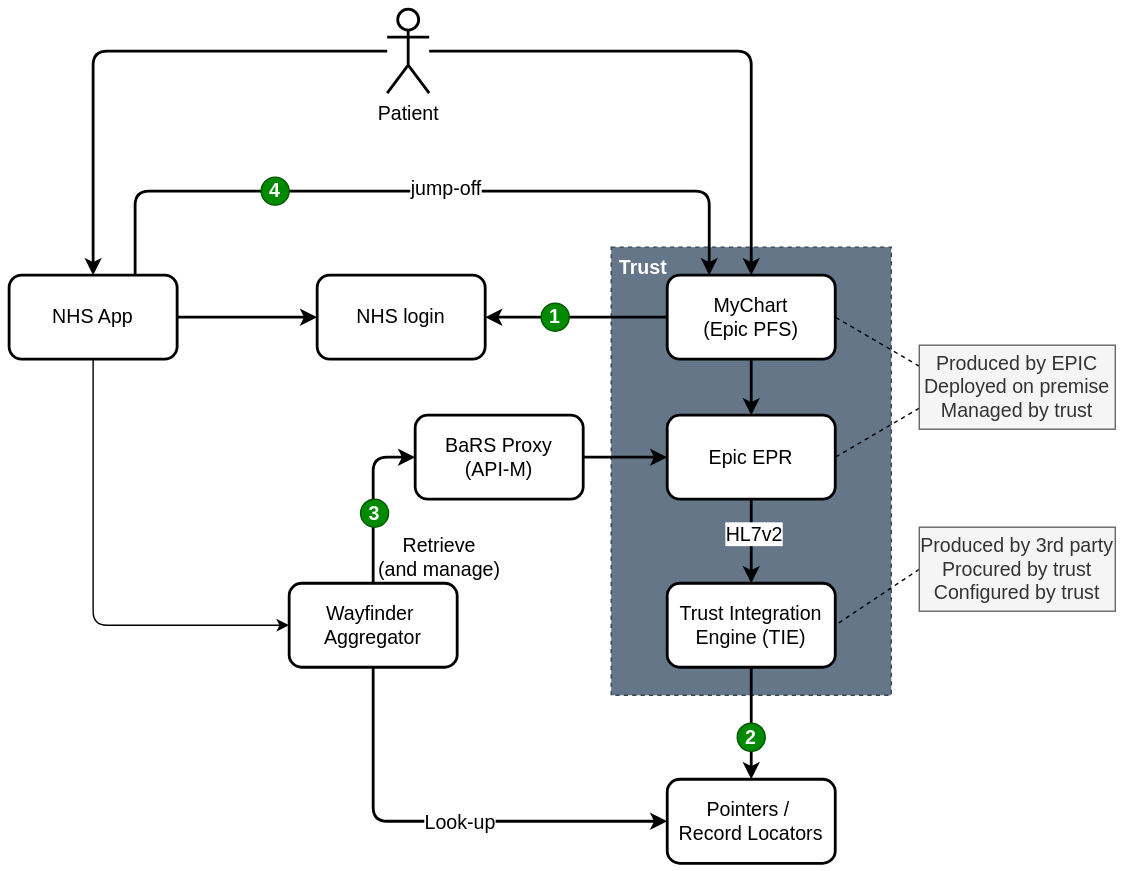
Above: pages/images/Figure2.svg in NHSDigital/nhse-epr-integration (draw.io), before the change. Source tidied: cells renumbered, new cells last; positions are measured from the earlier drawing's top-left corner, leaving out a move shared by most shapes.
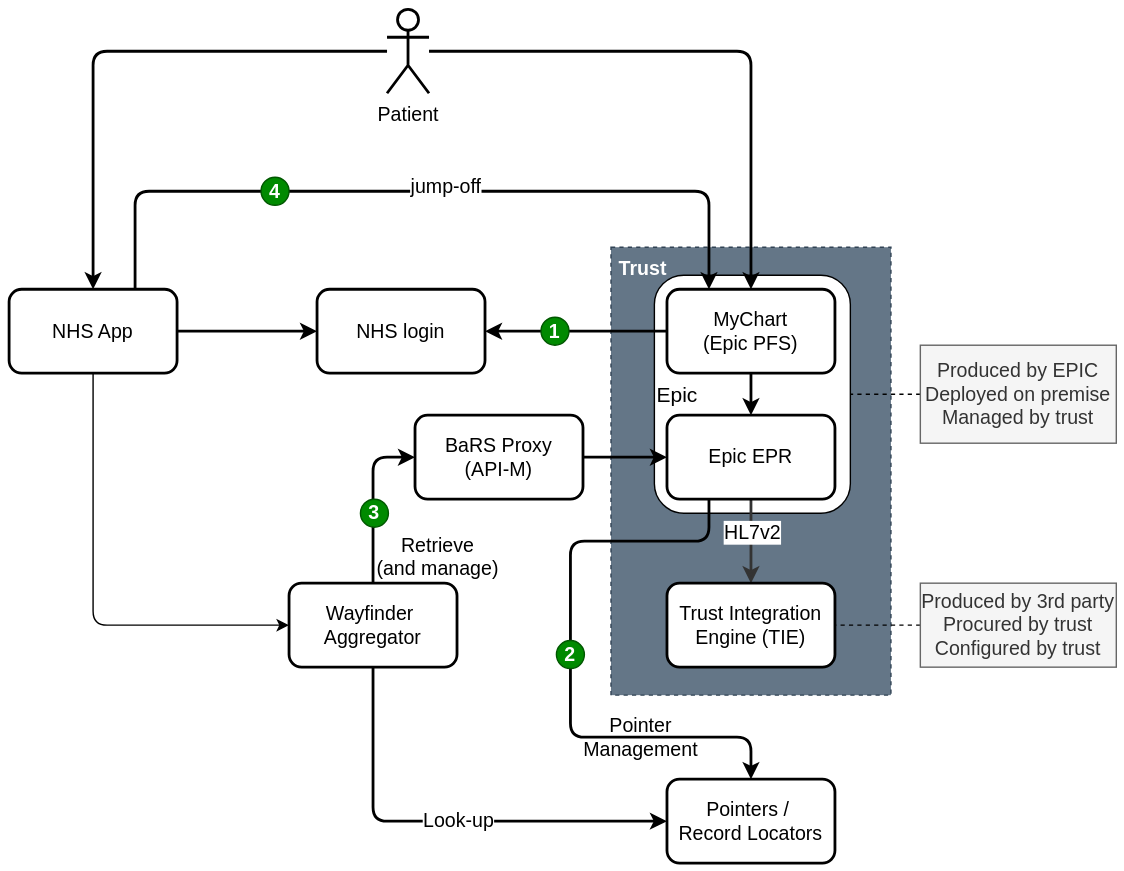
Above is the later version.

What changed in the source:
```diff
@@ -5,7 +5,10 @@
     <mxCell id="2" value="&amp;nbsp;Trust" style="rounded=0;whiteSpace=wrap;html=1;dashed=1;align=left;verticalAlign=top;fontStyle=1;fillColor=#647687;strokeColor=#314354;fontSize=14;fontColor=#ffffff;" parent="1" vertex="1">
       <mxGeometry x="430" y="170" width="200" height="320" as="geometry" />
     </mxCell>
+    <mxCell id="37" value="Epic" style="rounded=1;whiteSpace=wrap;html=1;fillColor=#FFFFFF;fontColor=#000000;align=left;fontSize=15;" parent="1" vertex="1">
+      <mxGeometry x="461" y="190" width="140" height="170" as="geometry" />
+    </mxCell>
-    <mxCell id="3" style="edgeStyle=orthogonalEdgeStyle;rounded=0;jettySize=auto;html=1;entryX=0.5;entryY=0;entryDx=0;entryDy=0;strokeWidth=2;fontSize=14;" parent="1" edge="1" source="5" target="7">
+    <mxCell id="3" style="edgeStyle=orthogonalEdgeStyle;rounded=0;jettySize=auto;html=1;entryX=0.5;entryY=0;entryDx=0;entryDy=0;strokeWidth=2;fontSize=14;strokeColor=#333333;" parent="1" edge="1" source="5" target="7">
       <mxGeometry relative="1" as="geometry" />
     </mxCell>
     <mxCell id="4" value="HL7v2" style="edgeLabel;html=1;align=center;verticalAlign=middle;fontSize=14;" parent="3" vertex="1">
@@ -14,27 +17,9 @@
     <mxCell id="5" value="Epic EPR" style="rounded=1;whiteSpace=wrap;html=1;strokeWidth=2;fontSize=14;" parent="1" vertex="1">
       <mxGeometry x="470" y="290" width="120" height="60" as="geometry" />
     </mxCell>
-    <mxCell id="6" style="edgeStyle=orthogonalEdgeStyle;rounded=0;jettySize=auto;html=1;strokeWidth=2;fontSize=14;" parent="1" edge="1" source="7" target="13">
-      <mxGeometry relative="1" as="geometry" />
-    </mxCell>
     <mxCell id="7" value="Trust Integration Engine (TIE)" style="rounded=1;whiteSpace=wrap;html=1;strokeWidth=2;fontSize=14;" parent="1" vertex="1">
       <mxGeometry x="470" y="410" width="120" height="60" as="geometry" />
     </mxCell>
-    <mxCell id="8" style="rounded=0;jettySize=auto;html=1;entryX=1;entryY=0.5;entryDx=0;entryDy=0;endArrow=none;endFill=0;exitX=0;exitY=0.75;exitDx=0;exitDy=0;dashed=1;fontSize=14;" parent="1" edge="1" source="10" target="5">
-      <mxGeometry relative="1" as="geometry" />
-    </mxCell>
-    <mxCell id="9" style="rounded=0;jettySize=auto;html=1;entryX=1;entryY=0.5;entryDx=0;entryDy=0;endArrow=none;endFill=0;exitX=0;exitY=0.25;exitDx=0;exitDy=0;dashed=1;fontSize=14;" parent="1" edge="1" source="10" target="30">
-      <mxGeometry relative="1" as="geometry" />
-    </mxCell>
-    <mxCell id="10" value="Produced by EPIC&lt;div&gt;Deployed on premise&lt;/div&gt;&lt;div&gt;Managed by trust&lt;/div&gt;" style="rounded=0;whiteSpace=wrap;html=1;fillColor=#f5f5f5;fontColor=#333333;strokeColor=#666666;fontSize=14;" parent="1" vertex="1">
-      <mxGeometry x="650" y="240" width="140" height="60" as="geometry" />
-    </mxCell>
-    <mxCell id="11" style="rounded=0;jettySize=auto;html=1;entryX=1;entryY=0.5;entryDx=0;entryDy=0;endArrow=none;endFill=0;exitX=0;exitY=0.5;exitDx=0;exitDy=0;dashed=1;fontSize=14;" parent="1" edge="1" source="12" target="7">
-      <mxGeometry relative="1" as="geometry" />
-    </mxCell>
-    <mxCell id="12" value="Produced by 3rd party&lt;div&gt;Procured by trust&lt;br&gt;&lt;div&gt;Configured by trust&lt;/div&gt;&lt;/div&gt;" style="rounded=0;whiteSpace=wrap;html=1;fillColor=#f5f5f5;fontColor=#333333;strokeColor=#666666;fontSize=14;" parent="1" vertex="1">
-      <mxGeometry x="650" y="370" width="140" height="60" as="geometry" />
-    </mxCell>
     <mxCell id="13" value="Pointers /&amp;nbsp;&lt;div&gt;Record Locators&lt;/div&gt;" style="rounded=1;whiteSpace=wrap;html=1;strokeWidth=2;fontSize=14;" parent="1" vertex="1">
       <mxGeometry x="470" y="550" width="120" height="60" as="geometry" />
     </mxCell>
@@ -73,10 +58,10 @@
       <mxGeometry x="0.06" y="3" relative="1" as="geometry" />
     </mxCell>
     <mxCell id="23" value="NHS App" style="rounded=1;whiteSpace=wrap;html=1;strokeWidth=2;fontSize=14;" parent="1" vertex="1">
-      <mxGeometry y="190" width="120" height="60" as="geometry" />
+      <mxGeometry y="200" width="120" height="60" as="geometry" />
     </mxCell>
     <mxCell id="24" value="NHS login" style="rounded=1;whiteSpace=wrap;html=1;strokeWidth=2;fontSize=14;" parent="1" vertex="1">
-      <mxGeometry x="220" y="190" width="120" height="60" as="geometry" />
+      <mxGeometry x="220" y="200" width="120" height="60" as="geometry" />
     </mxCell>
     <mxCell id="25" style="edgeStyle=orthogonalEdgeStyle;rounded=1;jettySize=auto;html=1;curved=0;strokeWidth=2;fontSize=14;" parent="1" edge="1" source="27" target="23">
       <mxGeometry relative="1" as="geometry" />
@@ -94,14 +79,11 @@
       <mxGeometry relative="1" as="geometry" />
     </mxCell>
     <mxCell id="30" value="MyChart&lt;div&gt;(Epic PFS)&lt;/div&gt;" style="rounded=1;whiteSpace=wrap;html=1;strokeWidth=2;fontSize=14;" parent="1" vertex="1">
-      <mxGeometry x="470" y="190" width="120" height="60" as="geometry" />
+      <mxGeometry x="470" y="200" width="120" height="60" as="geometry" />
     </mxCell>
     <mxCell id="31" value="1" style="ellipse;whiteSpace=wrap;html=1;fillColor=#008a00;strokeColor=#005700;fontSize=14;fontColor=#ffffff;fontStyle=1;" parent="1" vertex="1">
-      <mxGeometry x="380" y="210" width="20" height="20" as="geometry" />
+      <mxGeometry x="380" y="220" width="20" height="20" as="geometry" />
     </mxCell>
-    <mxCell id="32" value="2" style="ellipse;whiteSpace=wrap;html=1;fillColor=#008a00;strokeColor=#005700;fontSize=14;fontColor=#ffffff;fontStyle=1;" parent="1" vertex="1">
-      <mxGeometry x="520" y="510" width="20" height="20" as="geometry" />
-    </mxCell>
     <mxCell id="33" value="3" style="ellipse;whiteSpace=wrap;html=1;fillColor=#008a00;strokeColor=#005700;fontSize=14;fontColor=#ffffff;fontStyle=1;" parent="1" vertex="1">
       <mxGeometry x="251" y="350" width="20" height="20" as="geometry" />
     </mxCell>
@@ -114,5 +96,33 @@
     <mxCell id="36" value="BaRS Proxy&lt;div&gt;(API-M)&lt;/div&gt;" style="rounded=1;whiteSpace=wrap;html=1;strokeWidth=2;fontSize=14;" parent="1" vertex="1">
       <mxGeometry x="290" y="290" width="120" height="60" as="geometry" />
     </mxCell>
+    <mxCell id="38" style="rounded=0;jettySize=auto;html=1;entryX=1;entryY=0.5;entryDx=0;entryDy=0;endArrow=none;endFill=0;exitX=0;exitY=0.5;exitDx=0;exitDy=0;dashed=1;fontSize=14;" parent="1" edge="1" source="10" target="37">
+      <mxGeometry relative="1" as="geometry" />
+    </mxCell>
+    <mxCell id="10" value="Produced by EPIC&lt;div&gt;Deployed on premise&lt;/div&gt;&lt;div&gt;Managed by trust&lt;/div&gt;" style="rounded=0;whiteSpace=wrap;html=1;fillColor=#f5f5f5;fontColor=#333333;strokeColor=#666666;fontSize=14;" parent="1" vertex="1">
+      <mxGeometry x="651" y="240" width="140" height="70" as="geometry" />
+    </mxCell>
+    <mxCell id="11" style="rounded=0;jettySize=auto;html=1;entryX=1;entryY=0.5;entryDx=0;entryDy=0;endArrow=none;endFill=0;exitX=0;exitY=0.5;exitDx=0;exitDy=0;dashed=1;fontSize=14;" parent="1" edge="1" source="12" target="7">
+      <mxGeometry relative="1" as="geometry" />
+    </mxCell>
+    <mxCell id="12" value="Produced by 3rd party&lt;div&gt;Procured by trust&lt;br&gt;&lt;div&gt;Configured by trust&lt;/div&gt;&lt;/div&gt;" style="rounded=0;whiteSpace=wrap;html=1;fillColor=#f5f5f5;fontColor=#333333;strokeColor=#666666;fontSize=14;" parent="1" vertex="1">
+      <mxGeometry x="651" y="410" width="140" height="60" as="geometry" />
+    </mxCell>
+    <mxCell id="39" style="edgeStyle=orthogonalEdgeStyle;html=1;fontSize=15;fontColor=#000000;strokeWidth=2;entryX=0.5;entryY=0;entryDx=0;entryDy=0;exitX=0.25;exitY=1;exitDx=0;exitDy=0;" parent="1" edge="1" source="5" target="13">
+      <mxGeometry relative="1" as="geometry">
+        <Array as="points">
+          <mxPoint x="500" y="380" />
+          <mxPoint x="401" y="380" />
+          <mxPoint x="401" y="520" />
+          <mxPoint x="530" y="520" />
+        </Array>
+      </mxGeometry>
+    </mxCell>
+    <mxCell id="32" value="2" style="ellipse;whiteSpace=wrap;html=1;fillColor=#008a00;strokeColor=#005700;fontSize=14;fontColor=#ffffff;fontStyle=1;" parent="1" vertex="1">
+      <mxGeometry x="391" y="451" width="20" height="20" as="geometry" />
+    </mxCell>
+    <mxCell id="40" value="Pointer&lt;br&gt;Management" style="edgeLabel;html=1;align=center;verticalAlign=middle;labelBackgroundColor=none;fontSize=14;" parent="1" vertex="1">
+      <mxGeometry x="451" y="520" as="geometry" />
+    </mxCell>
   </root>
 </mxGraphModel>
```
